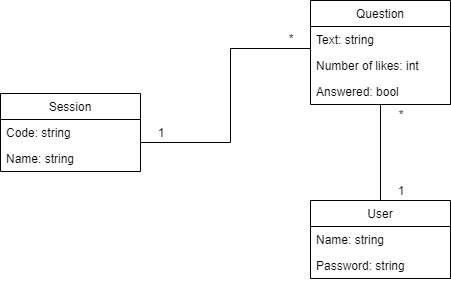
Above: requirements/databaseUML.png in softeng-feup/open-cx-sirconference (draw.io), before the change. Source tidied: cells renumbered, new cells last; positions are measured from the earlier drawing's top-left corner, leaving out a move shared by most shapes. The source it was exported from:
```xml
<mxGraphModel background="#ffffff">
  <root>
    <mxCell id="0" />
    <mxCell id="1" parent="0" />
    <mxCell id="2" value="Session" style="swimlane;fontStyle=0;horizontal=1;startSize=26;fillColor=none;" parent="1" vertex="1">
      <mxGeometry y="93" width="140" height="78" as="geometry" />
    </mxCell>
    <mxCell id="3" value="Code: string" style="text;strokeColor=none;fillColor=none;align=left;verticalAlign=top;spacingLeft=4;spacingRight=4;overflow=hidden;" parent="2" vertex="1">
      <mxGeometry y="26" width="140" height="26" as="geometry" />
    </mxCell>
    <mxCell id="4" value="Name: string" style="text;strokeColor=none;fillColor=none;align=left;verticalAlign=top;spacingLeft=4;spacingRight=4;overflow=hidden;" parent="2" vertex="1">
      <mxGeometry y="52" width="140" height="26" as="geometry" />
    </mxCell>
    <mxCell id="5" value="Question" style="swimlane;fontStyle=0;horizontal=1;startSize=26;fillColor=none;" parent="1" vertex="1">
      <mxGeometry x="310" width="140" height="104" as="geometry" />
    </mxCell>
    <mxCell id="6" value="Text: string" style="text;strokeColor=none;fillColor=none;align=left;verticalAlign=top;spacingLeft=4;spacingRight=4;overflow=hidden;" parent="5" vertex="1">
      <mxGeometry y="26" width="140" height="26" as="geometry" />
    </mxCell>
    <mxCell id="7" value="Number of likes: int" style="text;strokeColor=none;fillColor=none;align=left;verticalAlign=top;spacingLeft=4;spacingRight=4;overflow=hidden;" parent="5" vertex="1">
      <mxGeometry y="52" width="140" height="26" as="geometry" />
    </mxCell>
    <mxCell id="8" value="Answered: bool" style="text;strokeColor=none;fillColor=none;align=left;verticalAlign=top;spacingLeft=4;spacingRight=4;overflow=hidden;" parent="5" vertex="1">
      <mxGeometry y="78" width="140" height="26" as="geometry" />
    </mxCell>
    <mxCell id="9" value="User" style="swimlane;fontStyle=0;horizontal=1;startSize=26;fillColor=none;" parent="1" vertex="1">
      <mxGeometry x="310" y="200" width="140" height="78" as="geometry" />
    </mxCell>
    <mxCell id="10" value="Name: string" style="text;strokeColor=none;fillColor=none;align=left;verticalAlign=top;spacingLeft=4;spacingRight=4;overflow=hidden;" parent="9" vertex="1">
      <mxGeometry y="26" width="140" height="26" as="geometry" />
    </mxCell>
    <mxCell id="11" value="Password: string" style="text;strokeColor=none;fillColor=none;align=left;verticalAlign=top;spacingLeft=4;spacingRight=4;overflow=hidden;" parent="9" vertex="1">
      <mxGeometry y="52" width="140" height="26" as="geometry" />
    </mxCell>
    <mxCell id="12" style="line;strokeWidth=1;fillColor=none;align=left;verticalAlign=middle;spacingTop=-1;spacingLeft=3;spacingRight=3;labelPosition=right;" parent="1" vertex="1">
      <mxGeometry x="230" y="44" width="80" height="8" as="geometry" />
    </mxCell>
    <mxCell id="13" style="line;strokeWidth=1;fillColor=none;align=left;verticalAlign=middle;spacingTop=-1;spacingLeft=3;spacingRight=3;labelPosition=right;" parent="1" vertex="1">
      <mxGeometry x="140" y="138" width="90" height="8" as="geometry" />
    </mxCell>
    <mxCell id="14" style="line;strokeWidth=1;fillColor=none;align=left;verticalAlign=middle;spacingTop=-1;spacingLeft=3;spacingRight=3;labelPosition=right;direction=south;" parent="1" vertex="1">
      <mxGeometry x="226" y="48" width="8" height="94" as="geometry" />
    </mxCell>
    <mxCell id="15" style="line;strokeWidth=1;fillColor=none;align=left;verticalAlign=middle;spacingTop=-1;spacingLeft=3;spacingRight=3;labelPosition=right;direction=south;" parent="1" vertex="1">
      <mxGeometry x="376" y="104" width="8" height="96" as="geometry" />
    </mxCell>
    <mxCell id="16" value="1" style="text;html=1;strokeColor=none;fillColor=none;align=center;verticalAlign=middle;whiteSpace=wrap;rounded=0;" parent="1" vertex="1">
      <mxGeometry x="140" y="122" width="40" height="20" as="geometry" />
    </mxCell>
    <mxCell id="17" value="1" style="text;html=1;strokeColor=none;fillColor=none;align=center;verticalAlign=middle;whiteSpace=wrap;rounded=0;" parent="1" vertex="1">
      <mxGeometry x="380" y="180" width="40" height="20" as="geometry" />
    </mxCell>
    <mxCell id="18" value="*" style="text;html=1;strokeColor=none;fillColor=none;align=center;verticalAlign=middle;whiteSpace=wrap;rounded=0;" parent="1" vertex="1">
      <mxGeometry x="270" y="28" width="40" height="20" as="geometry" />
    </mxCell>
    <mxCell id="19" value="*" style="text;html=1;strokeColor=none;fillColor=none;align=center;verticalAlign=middle;whiteSpace=wrap;rounded=0;" parent="1" vertex="1">
      <mxGeometry x="380" y="104" width="40" height="20" as="geometry" />
    </mxCell>
  </root>
</mxGraphModel>
```
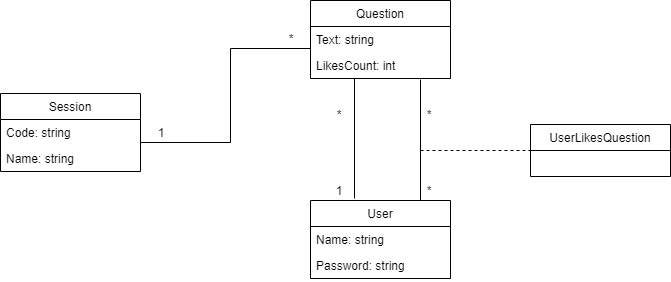
After the commit.

Commit message:
Updated database UML

The edit, as a diff of the source:
```diff
@@ -12,17 +12,14 @@
       <mxGeometry y="52" width="140" height="26" as="geometry" />
     </mxCell>
     <mxCell id="5" value="Question" style="swimlane;fontStyle=0;horizontal=1;startSize=26;fillColor=none;" parent="1" vertex="1">
-      <mxGeometry x="310" width="140" height="104" as="geometry" />
+      <mxGeometry x="310" width="140" height="78" as="geometry" />
     </mxCell>
     <mxCell id="6" value="Text: string" style="text;strokeColor=none;fillColor=none;align=left;verticalAlign=top;spacingLeft=4;spacingRight=4;overflow=hidden;" parent="5" vertex="1">
       <mxGeometry y="26" width="140" height="26" as="geometry" />
     </mxCell>
-    <mxCell id="7" value="Number of likes: int" style="text;strokeColor=none;fillColor=none;align=left;verticalAlign=top;spacingLeft=4;spacingRight=4;overflow=hidden;" parent="5" vertex="1">
+    <mxCell id="7" value="LikesCount: int" style="text;strokeColor=none;fillColor=none;align=left;verticalAlign=top;spacingLeft=4;spacingRight=4;overflow=hidden;" parent="5" vertex="1">
       <mxGeometry y="52" width="140" height="26" as="geometry" />
     </mxCell>
-    <mxCell id="8" value="Answered: bool" style="text;strokeColor=none;fillColor=none;align=left;verticalAlign=top;spacingLeft=4;spacingRight=4;overflow=hidden;" parent="5" vertex="1">
-      <mxGeometry y="78" width="140" height="26" as="geometry" />
-    </mxCell>
     <mxCell id="9" value="User" style="swimlane;fontStyle=0;horizontal=1;startSize=26;fillColor=none;" parent="1" vertex="1">
       <mxGeometry x="310" y="200" width="140" height="78" as="geometry" />
     </mxCell>
@@ -42,19 +39,39 @@
       <mxGeometry x="226" y="48" width="8" height="94" as="geometry" />
     </mxCell>
     <mxCell id="15" style="line;strokeWidth=1;fillColor=none;align=left;verticalAlign=middle;spacingTop=-1;spacingLeft=3;spacingRight=3;labelPosition=right;direction=south;" parent="1" vertex="1">
-      <mxGeometry x="376" y="104" width="8" height="96" as="geometry" />
+      <mxGeometry x="350" y="78" width="8" height="120" as="geometry" />
     </mxCell>
     <mxCell id="16" value="1" style="text;html=1;strokeColor=none;fillColor=none;align=center;verticalAlign=middle;whiteSpace=wrap;rounded=0;" parent="1" vertex="1">
       <mxGeometry x="140" y="122" width="40" height="20" as="geometry" />
     </mxCell>
     <mxCell id="17" value="1" style="text;html=1;strokeColor=none;fillColor=none;align=center;verticalAlign=middle;whiteSpace=wrap;rounded=0;" parent="1" vertex="1">
-      <mxGeometry x="380" y="180" width="40" height="20" as="geometry" />
+      <mxGeometry x="318" y="180" width="40" height="20" as="geometry" />
     </mxCell>
     <mxCell id="18" value="*" style="text;html=1;strokeColor=none;fillColor=none;align=center;verticalAlign=middle;whiteSpace=wrap;rounded=0;" parent="1" vertex="1">
       <mxGeometry x="270" y="28" width="40" height="20" as="geometry" />
     </mxCell>
     <mxCell id="19" value="*" style="text;html=1;strokeColor=none;fillColor=none;align=center;verticalAlign=middle;whiteSpace=wrap;rounded=0;" parent="1" vertex="1">
-      <mxGeometry x="380" y="104" width="40" height="20" as="geometry" />
+      <mxGeometry x="318" y="104" width="40" height="20" as="geometry" />
     </mxCell>
+    <mxCell id="20" value="UserLikesQuestion" style="swimlane;fontStyle=0;horizontal=1;startSize=26;fillColor=none;" parent="1" vertex="1">
+      <mxGeometry x="530" y="124" width="140" height="52" as="geometry" />
+    </mxCell>
+    <mxCell id="21" style="endArrow=none;html=1;" parent="1" edge="1">
+      <mxGeometry relative="1" as="geometry">
+        <mxPoint x="420" y="200" as="sourcePoint" />
+        <mxPoint x="420" y="79" as="targetPoint" />
+      </mxGeometry>
+    </mxCell>
+    <mxCell id="22" style="endArrow=none;dashed=1;html=1;entryX=0;entryY=0.5;entryDx=0;entryDy=0;" parent="1" edge="1" target="20">
+      <mxGeometry relative="1" as="geometry">
+        <mxPoint x="420" y="150" as="sourcePoint" />
+      </mxGeometry>
+    </mxCell>
+    <mxCell id="23" value="*" style="text;html=1;strokeColor=none;fillColor=none;align=center;verticalAlign=middle;whiteSpace=wrap;rounded=0;" parent="1" vertex="1">
+      <mxGeometry x="408" y="104" width="40" height="20" as="geometry" />
+    </mxCell>
+    <mxCell id="24" value="*" style="text;html=1;strokeColor=none;fillColor=none;align=center;verticalAlign=middle;whiteSpace=wrap;rounded=0;" parent="1" vertex="1">
+      <mxGeometry x="358" y="180" width="140" height="20" as="geometry" />
+    </mxCell>
   </root>
 </mxGraphModel>
```
